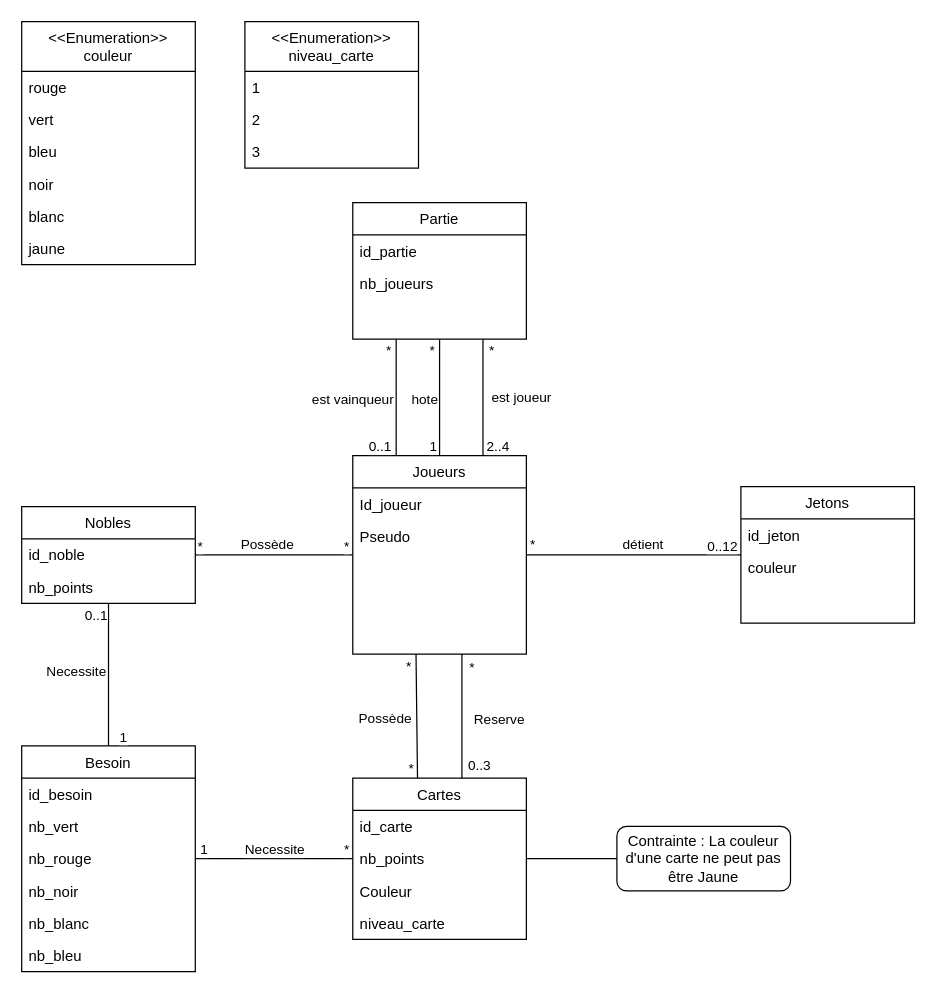
Above: Diagrammes/Diagramme classe Maxence.drawio in Igniiis/projet_splendor (draw.io), before the change. Source tidied: cells renumbered, new cells numbered last; positions are measured from the earlier drawing's top-left corner, leaving out a move shared by most shapes. Both pictures are drawn from the tidied source at 124%, with x=0, y=0 at pixel (21, 21).
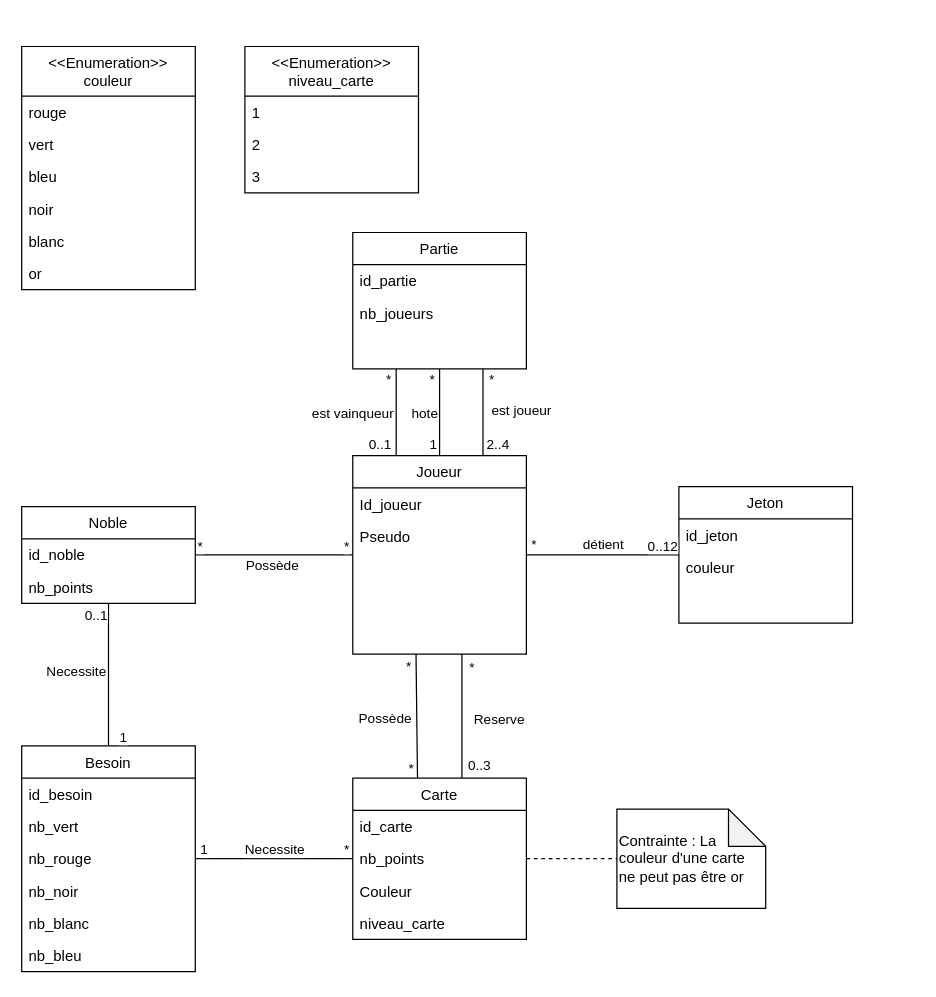
The same page after the edit.

Commit message:
Mettre à jour Diagramme classe Maxence.drawio

The change refers to these unchanged cells:
```xml
<mxCell id="21" style="endArrow=none;html=1;rounded=0;" parent="1" edge="1" source="2" target="18">
  <mxGeometry relative="1" as="geometry" />
</mxCell>
<mxCell id="25" style="endArrow=none;html=1;rounded=0;exitX=0.75;exitY=1;exitDx=0;exitDy=0;entryX=0.75;entryY=0;entryDx=0;entryDy=0;" parent="1" edge="1" source="29" target="2">
  <mxGeometry relative="1" as="geometry" />
</mxCell>
<mxCell id="32" style="endArrow=none;html=1;rounded=0;exitX=0.25;exitY=1;exitDx=0;exitDy=0;entryX=0.25;entryY=0;entryDx=0;entryDy=0;" parent="1" edge="1" source="29" target="2">
  <mxGeometry relative="1" as="geometry" />
</mxCell>
<mxCell id="39" style="endArrow=none;html=1;rounded=0;" parent="1" edge="1" source="36" target="2">
  <mxGeometry relative="1" as="geometry" />
</mxCell>
<mxCell id="43" style="endArrow=none;html=1;rounded=0;" parent="1" edge="1" source="29" target="2">
  <mxGeometry relative="1" as="geometry" />
</mxCell>
```

Change to the diagram source:
```diff
@@
-    <mxCell id="2" value="Joueurs" style="swimlane;fontStyle=0;align=center;verticalAlign=top;horizontal=1;startSize=26;rounded=0;shadow=0;strokeWidth=1;" parent="1" vertex="1">
+    <mxCell id="2" value="Joueur" style="swimlane;fontStyle=0;align=center;verticalAlign=top;horizontal=1;startSize=26;rounded=0;shadow=0;strokeWidth=1;" parent="1" vertex="1">
       <mxGeometry x="267" y="350" width="140" height="160" as="geometry" />
     </mxCell>
@@
-    <mxCell id="5" value="Cartes" style="swimlane;fontStyle=0;align=center;verticalAlign=top;horizontal=1;startSize=26;rounded=0;shadow=0;strokeWidth=1;" parent="1" vertex="1">
+    <mxCell id="5" value="Carte" style="swimlane;fontStyle=0;align=center;verticalAlign=top;horizontal=1;startSize=26;rounded=0;shadow=0;strokeWidth=1;" parent="1" vertex="1">
       <mxGeometry x="267" y="610" width="140" height="130" as="geometry" />
     </mxCell>
@@
-    <mxCell id="18" value="Jetons" style="swimlane;fontStyle=0;align=center;verticalAlign=top;horizontal=1;startSize=26;rounded=0;shadow=0;strokeWidth=1;" parent="1" vertex="1">
-      <mxGeometry x="580" y="375" width="140" height="110" as="geometry" />
+    <mxCell id="18" value="Jeton" style="swimlane;fontStyle=0;align=center;verticalAlign=top;horizontal=1;startSize=26;rounded=0;shadow=0;strokeWidth=1;" parent="1" vertex="1">
+      <mxGeometry x="530" y="375" width="140" height="110" as="geometry" />
     </mxCell>
@@
     <mxCell id="22" value="détient" style="edgeLabel;html=1;align=center;verticalAlign=middle;" parent="21" vertex="1">
       <mxGeometry x="0.11" y="2" relative="1" as="geometry">
-        <mxPoint x="-3" y="-7" as="offset" />
+        <mxPoint x="-7" y="-7" as="offset" />
       </mxGeometry>
     </mxCell>
     <mxCell id="23" value="*" style="edgeLabel;html=1;align=center;verticalAlign=middle;" parent="21" vertex="1">
       <mxGeometry x="0.75" relative="1" as="geometry">
-        <mxPoint x="-147" y="-9" as="offset" />
+        <mxPoint x="-103" y="-9" as="offset" />
       </mxGeometry>
     </mxCell>
     <mxCell id="24" value="0..12" style="edgeLabel;html=1;align=center;verticalAlign=middle;" parent="21" vertex="1">
       <mxGeometry x="0.78" relative="1" as="geometry">
-        <mxPoint x="3" y="-8" as="offset" />
+        <mxPoint y="-8" as="offset" />
       </mxGeometry>
     </mxCell>
@@
     <mxCell id="27" value="*" style="edgeLabel;html=1;align=center;verticalAlign=middle;" parent="25" vertex="1">
       <mxGeometry x="0.75" relative="1" as="geometry">
-        <mxPoint x="6" y="-74" as="offset" />
+        <mxPoint x="6" y="-53" as="offset" />
       </mxGeometry>
     </mxCell>
     <mxCell id="28" value="2..4" style="edgeLabel;html=1;align=center;verticalAlign=middle;" parent="25" vertex="1">
       <mxGeometry x="0.78" relative="1" as="geometry">
-        <mxPoint x="11" y="2" as="offset" />
+        <mxPoint x="11" y="-2" as="offset" />
       </mxGeometry>
     </mxCell>
     <mxCell id="29" value="Partie" style="swimlane;fontStyle=0;align=center;verticalAlign=top;horizontal=1;startSize=26;rounded=0;shadow=0;strokeWidth=1;" parent="1" vertex="1">
-      <mxGeometry x="267" y="146" width="140" height="110" as="geometry" />
+      <mxGeometry x="267" y="170" width="140" height="110" as="geometry" />
     </mxCell>
@@
     <mxCell id="34" value="*" style="edgeLabel;html=1;align=center;verticalAlign=middle;" parent="32" vertex="1">
       <mxGeometry x="0.75" relative="1" as="geometry">
-        <mxPoint x="-7" y="-74" as="offset" />
+        <mxPoint x="-7" y="-53" as="offset" />
       </mxGeometry>
     </mxCell>
     <mxCell id="35" value="0..1" style="edgeLabel;html=1;align=center;verticalAlign=middle;" parent="32" vertex="1">
       <mxGeometry x="0.78" relative="1" as="geometry">
-        <mxPoint x="-14" y="2" as="offset" />
+        <mxPoint x="-14" y="-2" as="offset" />
       </mxGeometry>
     </mxCell>
-    <mxCell id="36" value="Nobles" style="swimlane;fontStyle=0;align=center;verticalAlign=top;horizontal=1;startSize=26;rounded=0;shadow=0;strokeWidth=1;" parent="1" vertex="1">
+    <mxCell id="36" value="Noble" style="swimlane;fontStyle=0;align=center;verticalAlign=top;horizontal=1;startSize=26;rounded=0;shadow=0;strokeWidth=1;" parent="1" vertex="1">
       <mxGeometry y="391" width="140" height="78" as="geometry" />
     </mxCell>
@@
     <mxCell id="40" value="Possède" style="edgeLabel;html=1;align=center;verticalAlign=middle;" parent="39" vertex="1">
       <mxGeometry x="0.11" y="2" relative="1" as="geometry">
-        <mxPoint x="-13" y="-7" as="offset" />
+        <mxPoint x="-9" y="10" as="offset" />
       </mxGeometry>
     </mxCell>
@@
     <mxCell id="45" value="*" style="edgeLabel;html=1;align=center;verticalAlign=middle;" parent="43" vertex="1">
       <mxGeometry x="0.75" relative="1" as="geometry">
-        <mxPoint x="-7" y="-74" as="offset" />
+        <mxPoint x="-7" y="-53" as="offset" />
       </mxGeometry>
     </mxCell>
     <mxCell id="46" value="1" style="edgeLabel;html=1;align=center;verticalAlign=middle;" parent="43" vertex="1">
       <mxGeometry x="0.78" relative="1" as="geometry">
-        <mxPoint x="-6" y="2" as="offset" />
+        <mxPoint x="-6" y="-2" as="offset" />
       </mxGeometry>
     </mxCell>
@@
     <mxCell id="62" value="&lt;&lt;Enumeration&gt;&gt;&#10;couleur" style="swimlane;fontStyle=0;align=center;verticalAlign=top;horizontal=1;startSize=40;rounded=0;shadow=0;strokeWidth=1;" parent="1" vertex="1">
-      <mxGeometry width="140" height="196" as="geometry" />
+      <mxGeometry y="20" width="140" height="196" as="geometry" />
     </mxCell>
@@
-    <mxCell id="68" value="jaune" style="text;align=left;verticalAlign=top;spacingLeft=4;spacingRight=4;overflow=hidden;rounded=0;shadow=0;html=0;" parent="62" vertex="1">
+    <mxCell id="68" value="or" style="text;align=left;verticalAlign=top;spacingLeft=4;spacingRight=4;overflow=hidden;rounded=0;shadow=0;html=0;" parent="62" vertex="1">
       <mxGeometry y="170" width="140" height="26" as="geometry" />
     </mxCell>
-    <mxCell id="69" style="endArrow=none;html=1;rounded=0;" parent="1" edge="1" source="5" target="70">
+    <mxCell id="69" style="endArrow=none;html=1;rounded=0;dashed=1;" parent="1" edge="1" source="5" target="75">
       <mxGeometry relative="1" as="geometry" />
     </mxCell>
-    <mxCell id="70" value="Contrainte : La couleur d'une carte ne peut pas être Jaune" style="rounded=1;whiteSpace=wrap;html=1;" parent="1" vertex="1">
-      <mxGeometry x="480" y="649" width="140" height="52" as="geometry" />
-    </mxCell>
     <mxCell id="71" value="&lt;&lt;Enumeration&gt;&gt;&#10;niveau_carte" style="swimlane;fontStyle=0;align=center;verticalAlign=top;horizontal=1;startSize=40;rounded=0;shadow=0;strokeWidth=1;" parent="1" vertex="1">
-      <mxGeometry x="180" width="140" height="118" as="geometry" />
+      <mxGeometry x="180" y="20" width="140" height="118" as="geometry" />
     </mxCell>
@@
+    <mxCell id="75" value="Contrainte : La couleur d'une carte ne peut pas être or" style="shape=note;whiteSpace=wrap;html=1;backgroundOutline=1;darkOpacity=0.05;align=left;" parent="1" vertex="1">
+      <mxGeometry x="480" y="635" width="120" height="80" as="geometry" />
+    </mxCell>
```
